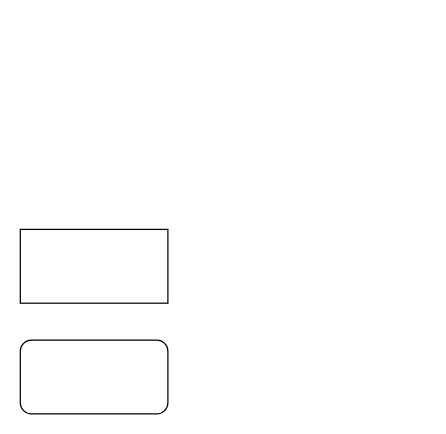
Before: 未命名绘图.drawio in sinfar/draw, a draw.io diagram. Source tidied: cells renumbered, new cells numbered last; positions are measured from the earlier drawing's top-left corner, leaving out a move shared by most shapes. Both pictures are drawn from the tidied source at 123%, with x=0, y=0 at pixel (20, 229).
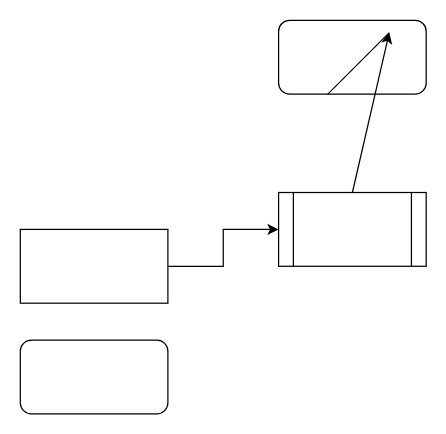
The same page after the edit.

Commit message (it also covers changes not shown here):
更新未命名绘图.drawio

Diff of the diagram source:
```diff
@@
 <mxGraphModel>
   <root>
     <mxCell id="0" />
     <mxCell id="1" parent="0" />
+    <mxCell id="4" style="edgeStyle=orthogonalEdgeStyle;rounded=0;jettySize=auto;html=1;" parent="1" edge="1" source="2" target="6">
+      <mxGeometry relative="1" as="geometry" />
+    </mxCell>
     <mxCell id="2" style="rounded=0;whiteSpace=wrap;html=1;" parent="1" vertex="1">
       <mxGeometry width="120" height="60" as="geometry" />
     </mxCell>
     <mxCell id="3" style="rounded=1;whiteSpace=wrap;html=1;" parent="1" vertex="1">
       <mxGeometry y="90" width="120" height="60" as="geometry" />
     </mxCell>
+    <mxCell id="5" style="rounded=1;whiteSpace=wrap;html=1;" parent="1" vertex="1">
+      <mxGeometry x="210" y="-170" width="120" height="60" as="geometry" />
+    </mxCell>
+    <mxCell id="6" style="shape=process;whiteSpace=wrap;html=1;backgroundOutline=1;" parent="1" vertex="1">
+      <mxGeometry x="210" y="-30" width="120" height="60" as="geometry" />
+    </mxCell>
+    <mxCell id="7" style="endArrow=classic;html=1;rounded=0;exitX=0.5;exitY=0;exitDx=0;exitDy=0;" parent="1" edge="1" source="6">
+      <mxGeometry relative="1" as="geometry">
+        <mxPoint x="300" y="-160" as="targetPoint" />
+      </mxGeometry>
+    </mxCell>
+    <mxCell id="8" style="endArrow=none;html=1;rounded=0;" parent="1" edge="1">
+      <mxGeometry relative="1" as="geometry">
+        <mxPoint x="250" y="-110" as="sourcePoint" />
+        <mxPoint x="300" y="-160" as="targetPoint" />
+      </mxGeometry>
+    </mxCell>
   </root>
 </mxGraphModel>
```
